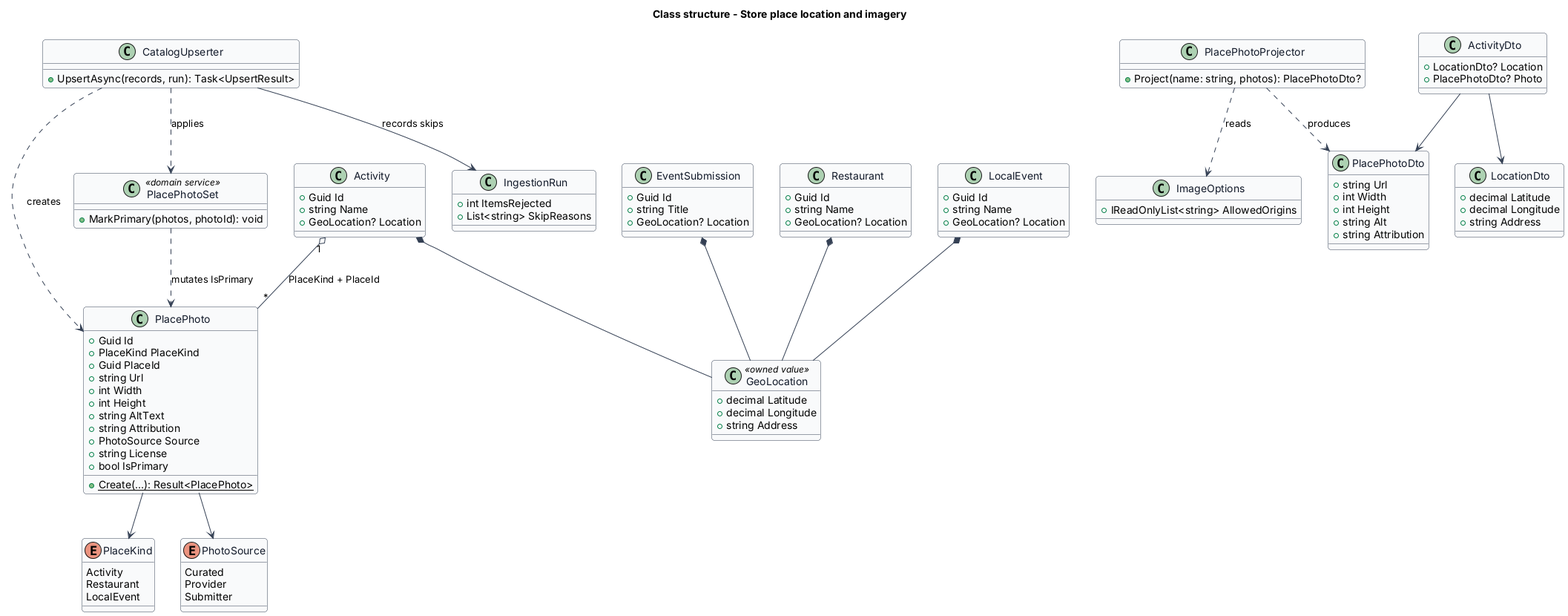
This is docs/detailed-designs/discovery/store-place-location-and-imagery/diagrams/class-structure.png from QuinntyneBrown/saturdaze, a PlantUML export, as it was before one commit.
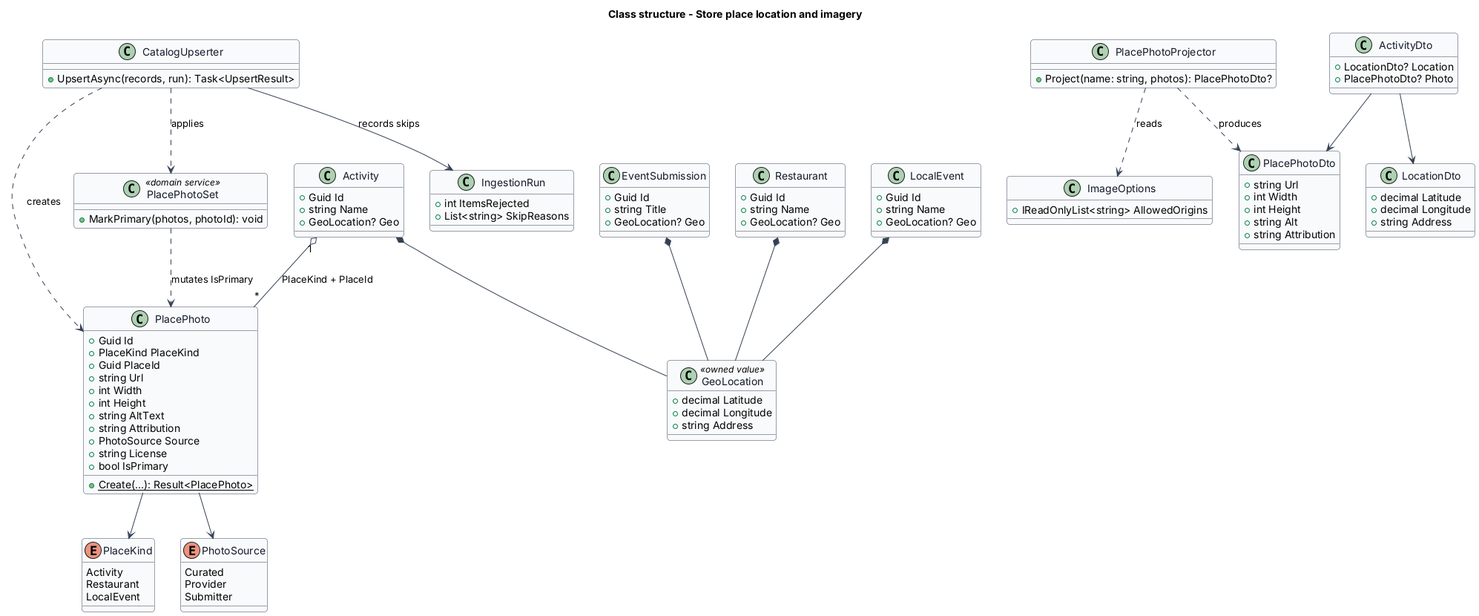
The same diagram one commit later.

Diff of the diagram source:
```diff
@@ -19,22 +19,22 @@
 class Activity {
   +Guid Id
   +string Name
-  +GeoLocation? Location
+  +GeoLocation? Geo
 }
 class Restaurant {
   +Guid Id
   +string Name
-  +GeoLocation? Location
+  +GeoLocation? Geo
 }
 class LocalEvent {
   +Guid Id
   +string Name
-  +GeoLocation? Location
+  +GeoLocation? Geo
 }
 class EventSubmission {
   +Guid Id
   +string Title
-  +GeoLocation? Location
+  +GeoLocation? Geo
 }
 enum PlaceKind {
   Activity
```
